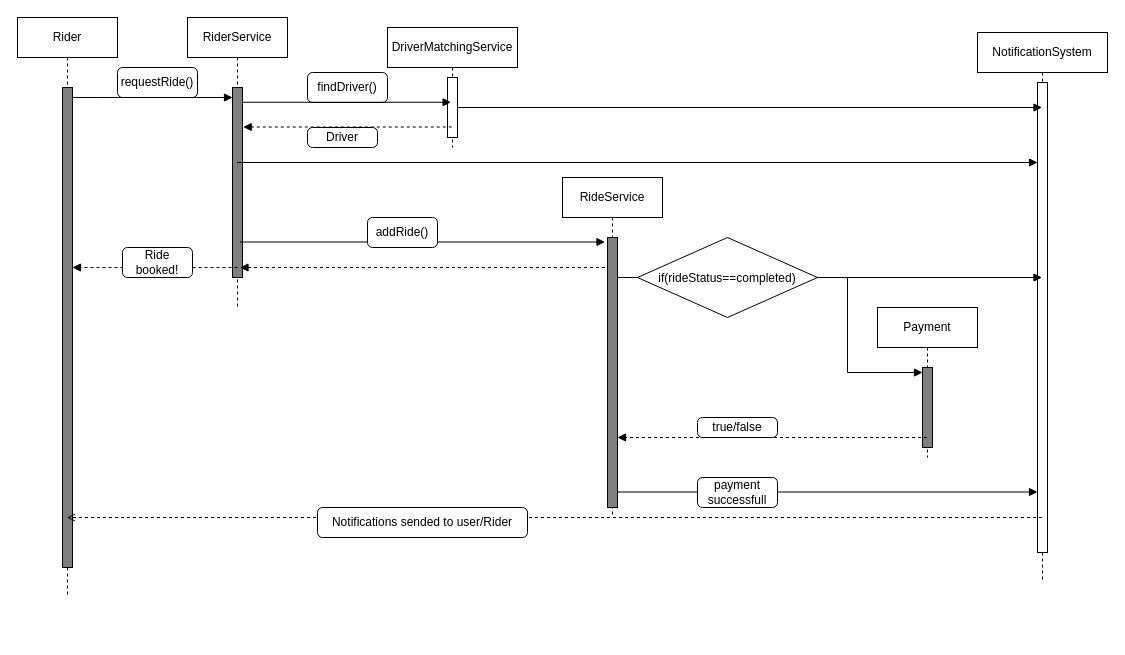
This is Rider Sequence Diagram.drawio from IndrajitSir/Uber_LLD_Hackathon-1, a draw.io file, before an edit. Source tidied: cells renumbered, new cells numbered last; positions are measured from the earlier drawing's top-left corner, leaving out a move shared by most shapes. Both pictures are drawn from the tidied source at 100%, with x=0, y=0 at pixel (17, 17).
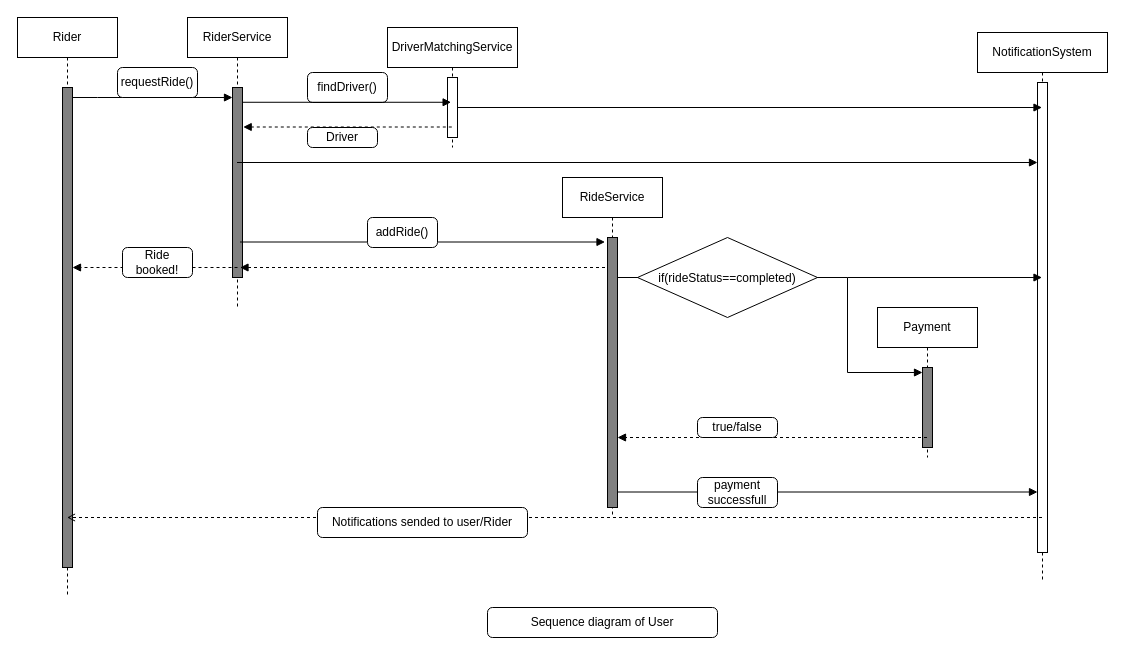
The same diagram, later.

What changed in the source:
```diff
@@
+    <mxCell id="36" value="Sequence diagram of User" style="html=1;rounded=1;absoluteArcSize=1;arcSize=10;whiteSpace=wrap;" parent="1" vertex="1">
+      <mxGeometry x="470" y="590" width="230" height="30" as="geometry" />
+    </mxCell>
```
